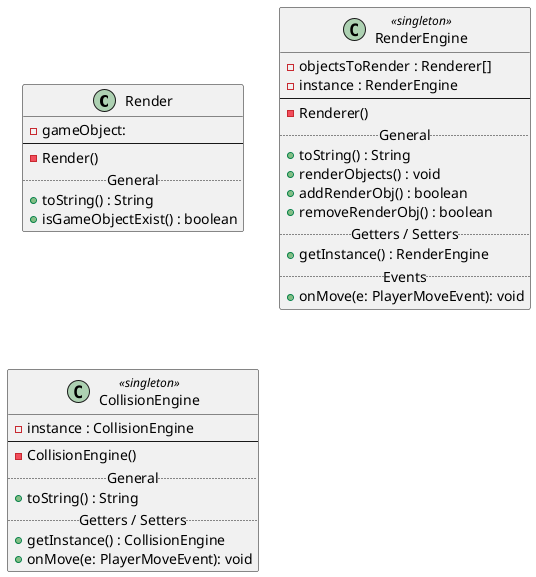
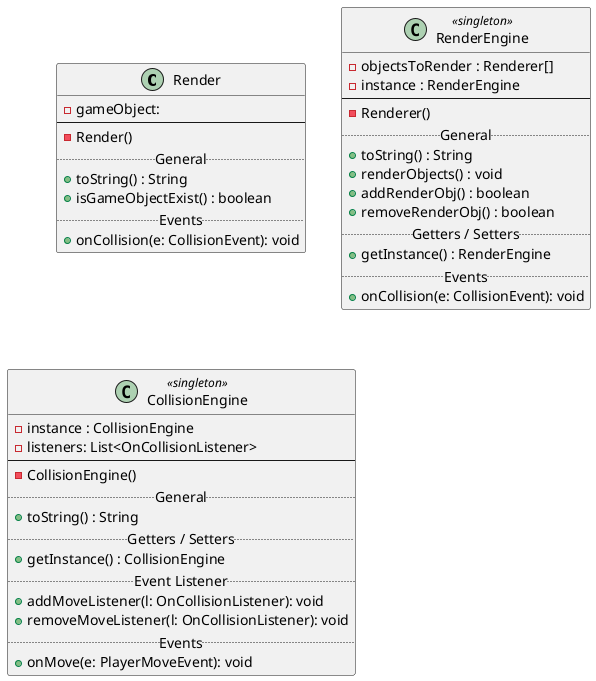
@startuml space-spiel-engine
/'
engine.puml: Space spiel UML class diagram for different logic.
Copyright (C) 2026  Vladyslav Tupikin
Contact: vladtupikin7@gmail.com

This program is free software: you can redistribute it and/or modify
it under the terms of the GNU General Public License as published by
the Free Software Foundation, either version 3 of the License, or
(at your option) any later version.

This program is distributed in the hope that it will be useful,
but WITHOUT ANY WARRANTY; without even the implied warranty of
MERCHANTABILITY or FITNESS FOR A PARTICULAR PURPOSE.  See the
GNU General Public License for more details.

You should have received a copy of the GNU General Public License
along with this program.  If not, see <https://www.gnu.org/licenses/>.
'/

class Render {
    -gameObject:
    --
    -Render()
    .. General ..
    + toString() : String
    + isGameObjectExist() : boolean
+     .. Events ..
+     + onCollision(e: CollisionEvent): void
}

class RenderEngine <<singleton>> {
    -objectsToRender : Renderer[]
    -instance : RenderEngine
    --
    -Renderer()
    .. General ..
    + toString() : String
    + renderObjects() : void
    + addRenderObj() : boolean
    + removeRenderObj() : boolean
    .. Getters / Setters ..
    +getInstance() : RenderEngine
    .. Events ..
-     + onMove(e: PlayerMoveEvent): void
+     + onCollision(e: CollisionEvent): void
}

class CollisionEngine <<singleton>> {
    -instance : CollisionEngine
+     - listeners: List<OnCollisionListener>
    --
    -CollisionEngine()
    .. General ..
    + toString() : String
    .. Getters / Setters ..
    +getInstance() : CollisionEngine
-     + onMove(e: PlayerMoveEvent): void
+     .. Event Listener ..
+     + addMoveListener(l: OnCollisionListener): void
+     + removeMoveListener(l: OnCollisionListener): void
+     .. Events ..
+      + onMove(e: PlayerMoveEvent): void
}

@enduml
